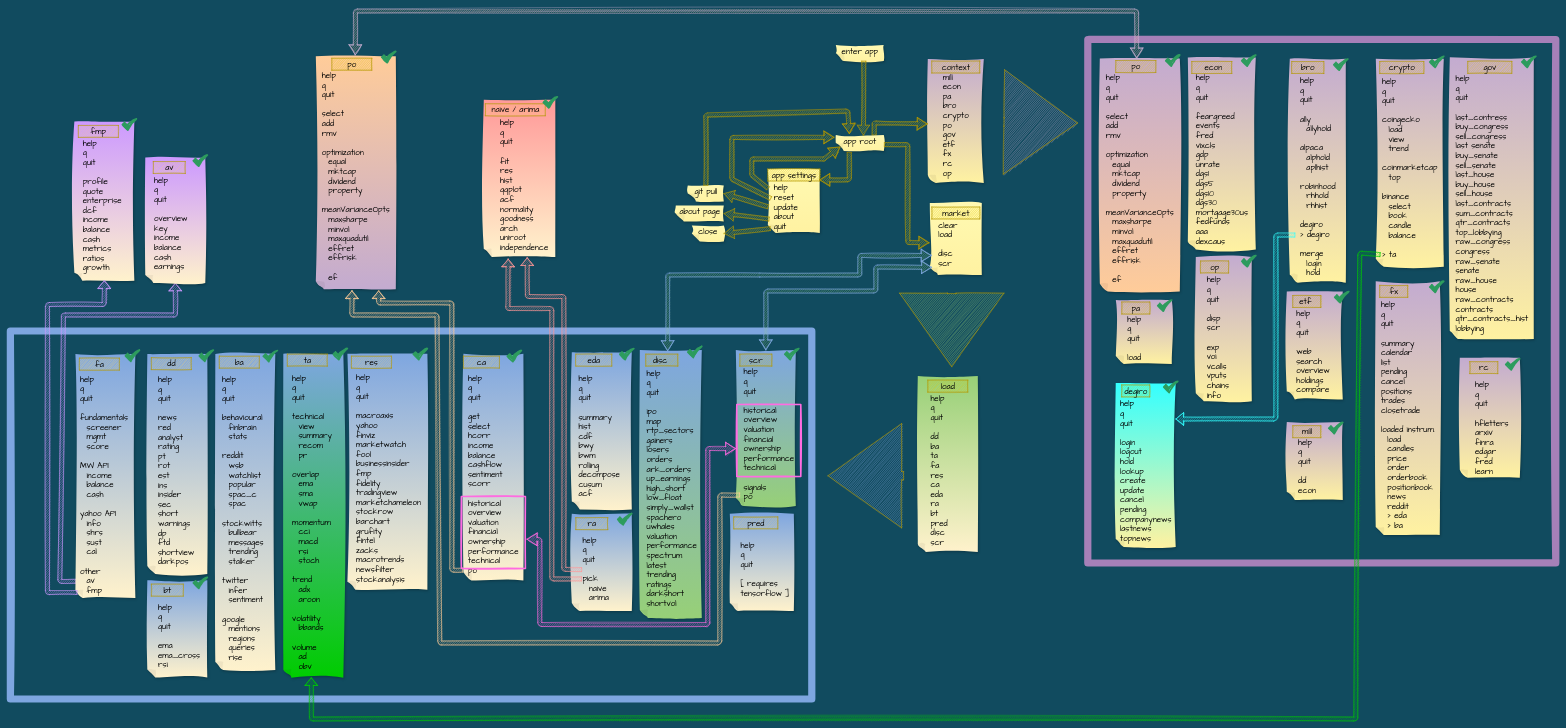
This is docs/application mapping.drawio from OpenBB-finance/OpenBB, a draw.io file, before an edit. Source tidied: cells renumbered, new cells numbered last; positions are measured from the earlier drawing's top-left corner, leaving out a move shared by most shapes. Both pictures are drawn from the tidied source at 40%, with x=0, y=0 at pixel (10, 11).
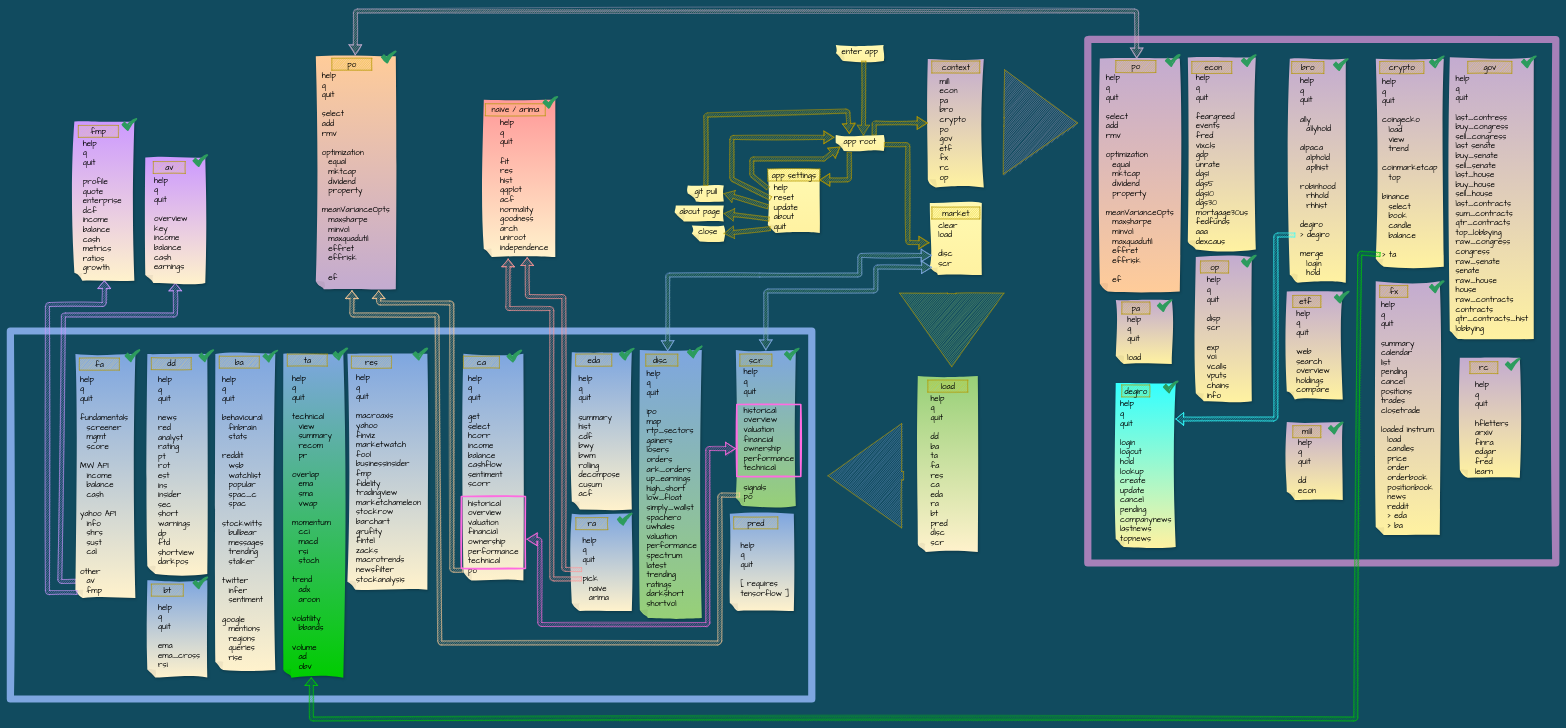
Above is the later version.

Unchanged cells that the change refers to:
```xml
<mxCell id="13" style="shape=note;whiteSpace=wrap;html=1;backgroundOutline=1;darkOpacity=0.05;fillColor=#FFF9B2;strokeColor=none;fillStyle=solid;direction=west;gradientDirection=north;gradientColor=#FFF2A1;sketch=1;shadow=1;size=20;fontSize=24;jiggle=2;hachureGap=4;fontFamily=Architects Daughter;" parent="1" vertex="1">
  <mxGeometry x="2064" y="310" width="120" height="40" as="geometry" />
</mxCell>
```

What changed in the source:
```diff
@@
     <mxCell id="10" style="shape=note;whiteSpace=wrap;html=1;backgroundOutline=1;darkOpacity=0.05;strokeColor=none;fillStyle=solid;direction=west;gradientDirection=north;gradientColor=#FFF2A1;sketch=1;shadow=1;size=20;fontSize=24;jiggle=2;hachureGap=4;fontFamily=Architects Daughter;fillColor=#C3ABD0;" parent="1" vertex="1">
-      <mxGeometry x="2294" y="120" width="140" height="310" as="geometry" />
+      <mxGeometry x="2294" y="120" width="140" height="321" as="geometry" />
     </mxCell>
@@
-    <mxCell id="12" style="edgeStyle=none;curved=1;rounded=0;sketch=1;jettySize=auto;html=1;endArrow=open;sourcePerimeterSpacing=8;targetPerimeterSpacing=8;fontSize=16;shape=flexArrow;rounded=1;startSize=8;endSize=8;fontFamily=Architects Daughter;fillColor=#e3c800;strokeColor=#B09500;exitX=0.202;exitY=0.983;exitDx=0;exitDy=0;exitPerimeter=0;entryX=1.007;entryY=0.477;entryDx=0;entryDy=0;entryPerimeter=0;" parent="1" edge="1" source="13" target="10">
+    <mxCell id="12" style="edgeStyle=none;curved=1;rounded=0;sketch=1;jettySize=auto;html=1;endArrow=open;sourcePerimeterSpacing=8;targetPerimeterSpacing=8;fontSize=16;shape=flexArrow;rounded=1;startSize=8;endSize=8;fontFamily=Architects Daughter;fillColor=#e3c800;strokeColor=#B09500;exitX=0.202;exitY=0.983;exitDx=0;exitDy=0;exitPerimeter=0;" parent="1" edge="1" source="13">
       <mxGeometry relative="1" as="geometry">
+        <mxPoint x="2293" y="280" as="targetPoint" />
         <Array as="points">
           <mxPoint x="2160" y="280" />
         </Array>
       </mxGeometry>
     </mxCell>
@@
     <mxCell id="31" value="&lt;div style=&quot;text-align: left&quot;&gt;mill&lt;/div&gt;&lt;div style=&quot;text-align: left&quot;&gt;econ&lt;/div&gt;&lt;div style=&quot;text-align: left&quot;&gt;pa&lt;/div&gt;&lt;div style=&quot;text-align: left&quot;&gt;bro&lt;/div&gt;&lt;div style=&quot;text-align: left&quot;&gt;crypto&lt;/div&gt;&lt;div style=&quot;text-align: left&quot;&gt;po&lt;/div&gt;&lt;div style=&quot;text-align: left&quot;&gt;gov&lt;/div&gt;&lt;div style=&quot;text-align: left&quot;&gt;etf&lt;/div&gt;&lt;div style=&quot;text-align: left&quot;&gt;fx&lt;/div&gt;&lt;div style=&quot;text-align: left&quot;&gt;rc&lt;/div&gt;&lt;div style=&quot;text-align: left&quot;&gt;op&lt;/div&gt;" style="text;html=1;align=center;verticalAlign=middle;strokeColor=none;sketch=1;hachureGap=4;fontFamily=Architects Daughter;fontSize=20;" parent="1" vertex="1">
-      <mxGeometry x="2324" y="150" width="80" height="270" as="geometry" />
+      <mxGeometry x="2316" y="160" width="80" height="270" as="geometry" />
     </mxCell>
```
